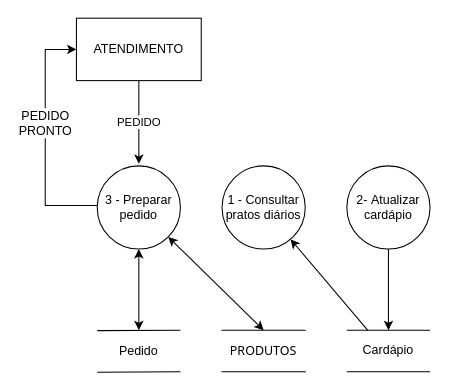
Darienzo08/ope_ads keeps this draw.io diagram as docs/ARTEFATOS(15-23)/PREPARAR_PEDIDO/DFD_PREPARAR_PEDIDO.drawio. Above is the earlier version. Source tidied: cells renumbered, new cells numbered last; positions are measured from the earlier drawing's top-left corner, leaving out a move shared by most shapes. Both pictures are drawn from the tidied source at 104%, with x=0, y=0 at pixel (45, 18).
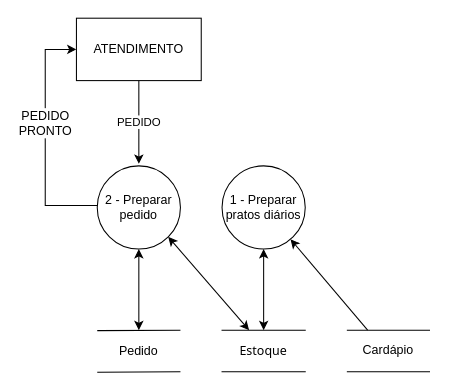
After the change.

Commit message (it also covers changes not shown here):
correcoes preparar pedido

Diff of the diagram source:
```diff
@@
-    <mxCell id="4" value="3 -&amp;nbsp;Preparar pedido" style="ellipse;whiteSpace=wrap;html=1;" parent="1" vertex="1">
+    <mxCell id="4" value="2 -&amp;nbsp;Preparar pedido" style="ellipse;whiteSpace=wrap;html=1;" parent="1" vertex="1">
       <mxGeometry x="50" y="142" width="80" height="80" as="geometry" />
     </mxCell>
+    <mxCell id="20" style="edgeStyle=orthogonalEdgeStyle;rounded=0;jettySize=auto;html=1;entryX=0.5;entryY=0;entryDx=0;entryDy=0;startArrow=classic;startFill=1;" parent="1" edge="1" source="5" target="7">
+      <mxGeometry relative="1" as="geometry" />
+    </mxCell>
-    <mxCell id="5" value="1 - Consultar pratos diários" style="ellipse;whiteSpace=wrap;html=1;" parent="1" vertex="1">
+    <mxCell id="5" value="1 - Preparar&lt;br&gt;pratos diários" style="ellipse;whiteSpace=wrap;html=1;" parent="1" vertex="1">
       <mxGeometry x="170" y="142" width="80" height="80" as="geometry" />
     </mxCell>
-    <mxCell id="6" value="2-&amp;nbsp;&lt;span&gt;Atualizar cardápio&lt;br&gt;&lt;/span&gt;" style="ellipse;whiteSpace=wrap;html=1;" parent="1" vertex="1">
-      <mxGeometry x="290" y="142" width="80" height="80" as="geometry" />
-    </mxCell>
-    <mxCell id="7" value="PRODUTOS" style="shape=partialRectangle;whiteSpace=wrap;html=1;left=0;right=0;fillColor=none;strokeWidth=1;fontFamily=Tahoma;fontSize=12;" parent="1" vertex="1">
+    <mxCell id="7" value="Estoque" style="shape=partialRectangle;whiteSpace=wrap;html=1;left=0;right=0;fillColor=none;strokeWidth=1;fontFamily=Tahoma;fontSize=12;" parent="1" vertex="1">
       <mxGeometry x="170" y="300" width="80" height="40" as="geometry" />
     </mxCell>
@@
-    <mxCell id="12" style="endArrow=classic;html=1;fontSize=12;" parent="1" edge="1" source="6">
-      <mxGeometry relative="1" as="geometry">
-        <mxPoint x="330" y="300" as="targetPoint" />
-      </mxGeometry>
-    </mxCell>
@@
-    <mxCell id="16" style="endArrow=classic;html=1;fontSize=12;exitX=1;exitY=1;exitDx=0;exitDy=0;entryX=0.5;entryY=0;entryDx=0;entryDy=0;startArrow=classic;startFill=1;" parent="1" edge="1" source="4" target="7">
+    <mxCell id="16" style="endArrow=classic;html=1;fontSize=12;exitX=1;exitY=1;exitDx=0;exitDy=0;entryX=0.325;entryY=0;entryDx=0;entryDy=0;startArrow=classic;startFill=1;entryPerimeter=0;" parent="1" edge="1" source="4" target="7">
       <mxGeometry relative="1" as="geometry" />
     </mxCell>
```
